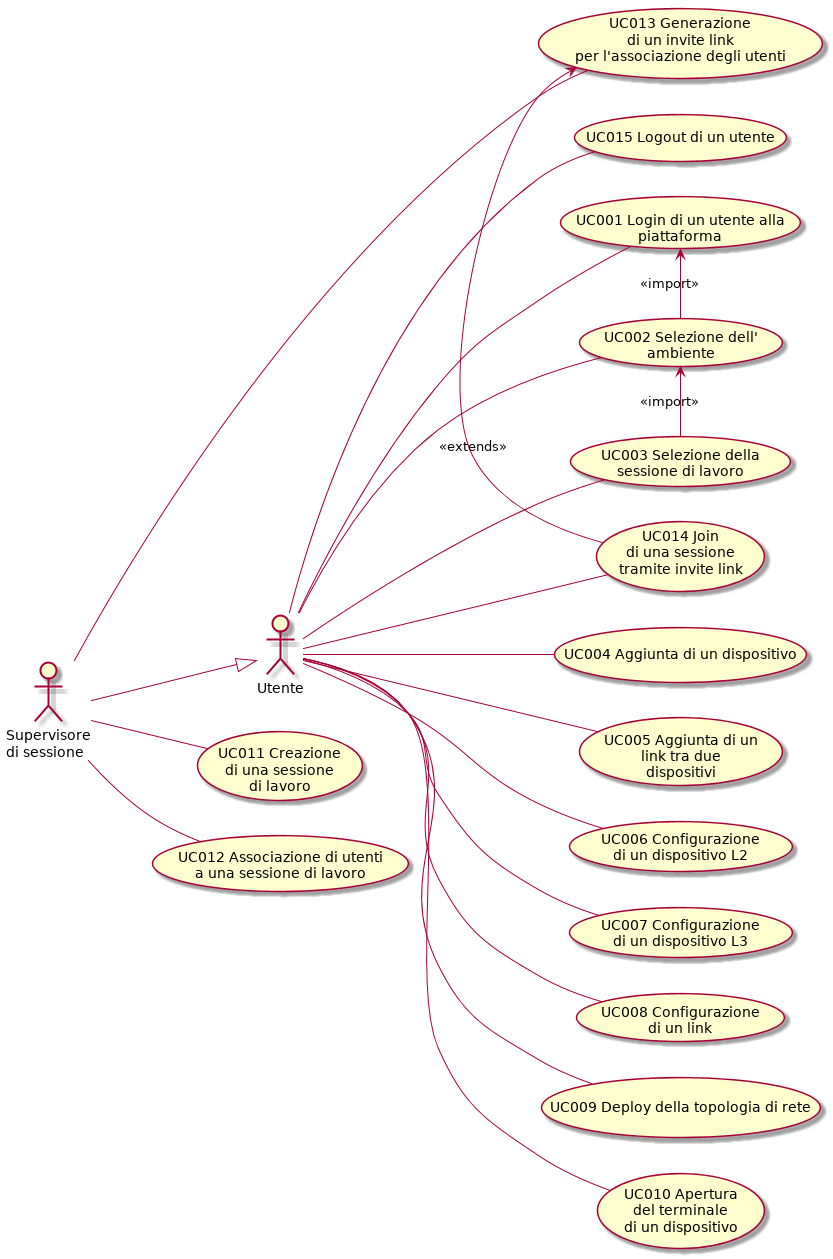
Earlier version of the PlantUML export capitoli/diagramma-casi-d-uso.png (patriziotufarolo/gestioneprogetti).
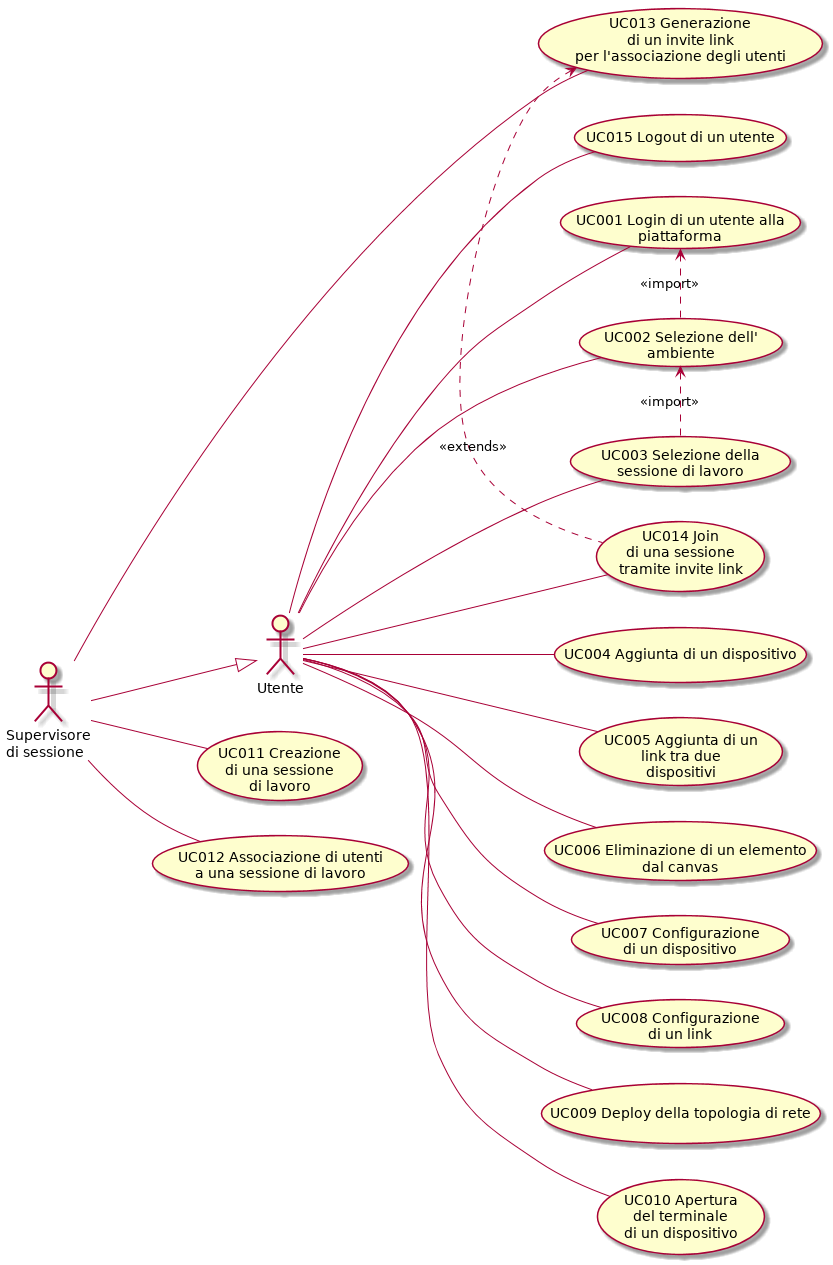
After the change.

Diff of the diagram source:
```diff
@@ -9,11 +9,11 @@
 usecase (UC002 Selezione dell'\nambiente) as UC002
 usecase (UC003 Selezione della\nsessione di lavoro) as UC003
 usecase (UC004 Aggiunta di un dispositivo) as UC004
-UC001 <- UC002 : <<import>>
-UC002 <- UC003 : <<import>>
+UC001 <. UC002 : <<import>>
+UC002 <. UC003 : <<import>>
 usecase (UC005 Aggiunta di un\nlink tra due\n dispositivi) as UC005
-usecase (UC006 Configurazione\ndi un dispositivo L2) as UC006
-usecase (UC007 Configurazione\ndi un dispositivo L3) as UC007
+usecase (UC006 Eliminazione di un elemento\n dal canvas) as UC006
+usecase (UC007 Configurazione\ndi un dispositivo) as UC007
 usecase (UC008 Configurazione\ndi un link) as UC008
 usecase (UC009 Deploy della topologia di rete) as UC009
 usecase (UC010 Apertura\ndel terminale\ndi un dispositivo) as UC010
@@ -39,5 +39,5 @@
 Supervisore -- UC013
 Utente -- UC014
 Utente -- UC015
-UC013 <- UC014 : <<extends>>
+UC013 <. UC014 : <<extends>>
 @enduml
```
